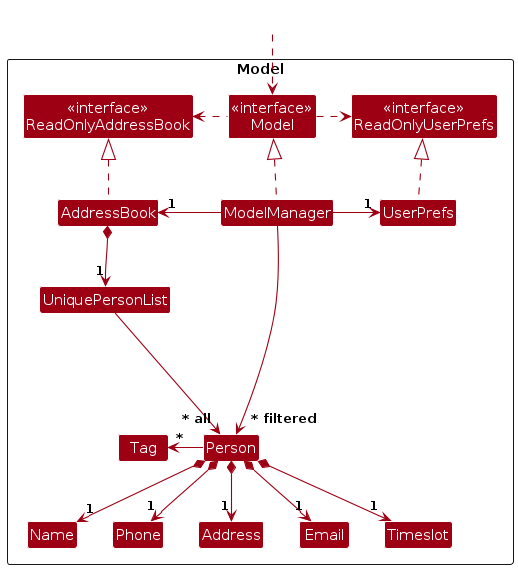
The PlantUML diagram diagrams/ModelClassDiagram.png in polyrhythmas/tp, before a commit. Its source is kept beside it as diagrams/ModelClassDiagram.puml.
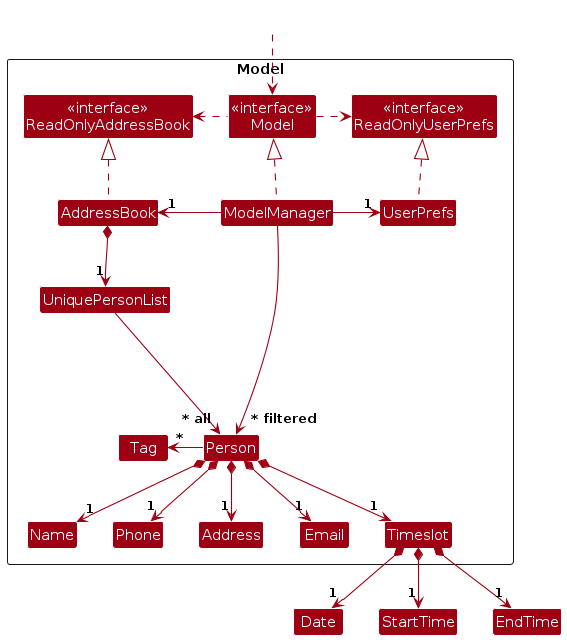
Above is the later version.

The edit, as a diff of the source:
```diff
@@ -45,6 +45,9 @@
 Person *--> "1"Address
 Person *--> "1"Timeslot
 
+Timeslot *--> "1"Date
+Timeslot *--> "1"StartTime
+Timeslot *--> "1"EndTime
 
 Person -[hidden]up--> I
 UniquePersonList -[hidden]right-> I
```
